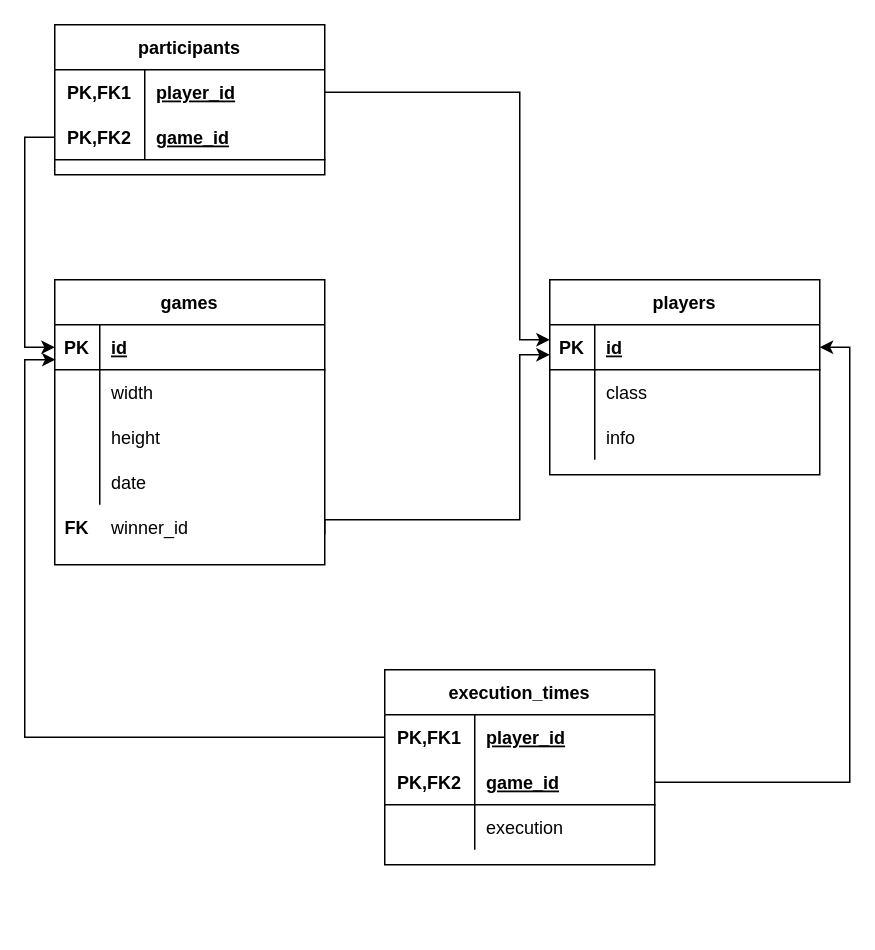
Above: dokumentation/Dokumente/relationales_db_schema.drawio in jonashellmann/informaticup21-team-chillow (draw.io), before the change. Source tidied: cells renumbered, new cells numbered last; positions are measured from the earlier drawing's top-left corner, leaving out a move shared by most shapes. Both pictures are drawn from the tidied source at 150%, with x=0, y=0 at pixel (54, 24).
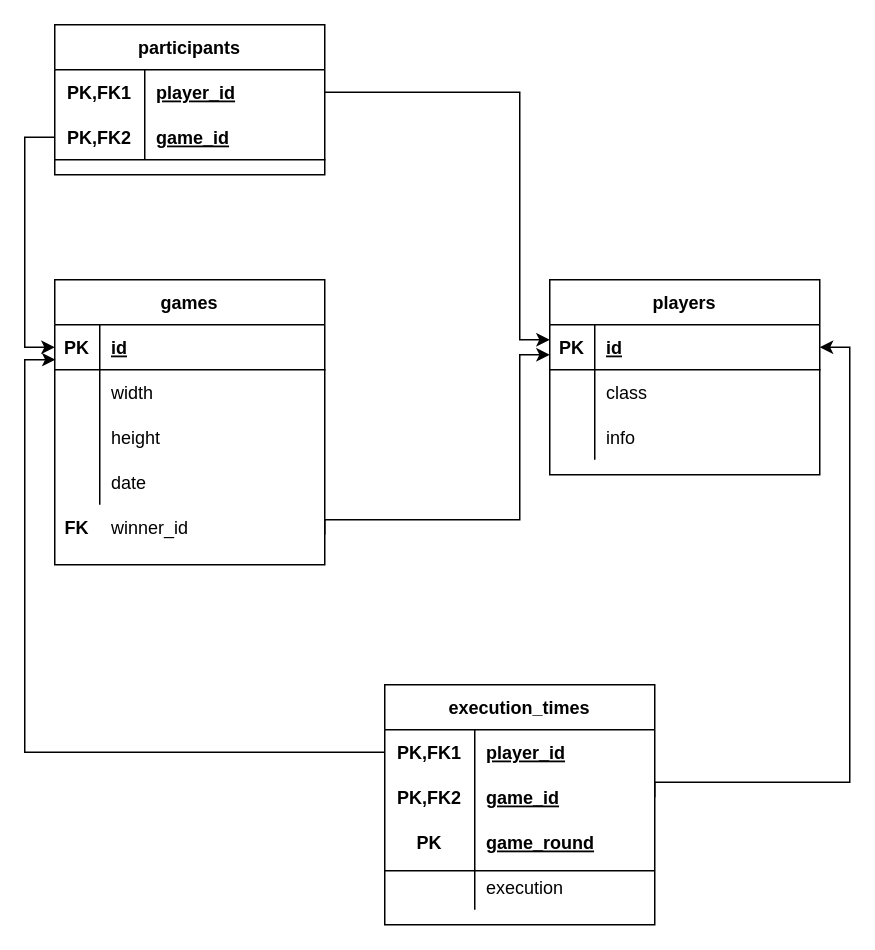
After the change.

Commit message (it also covers changes not shown here):
Weiteren Primaerschluessel in relationalem Modell in executions-Tabelle ergaezen

What changed in the source:
```diff
@@
     <mxCell id="28" value="execution_times" style="shape=table;startSize=30;childLayout=tableLayout;rowLines=0;fontStyle=1;align=center;" parent="1" vertex="1">
-      <mxGeometry x="220" y="430" width="180" height="130" as="geometry" />
+      <mxGeometry x="220" y="440" width="180" height="160" as="geometry" />
     </mxCell>
@@
-    <mxCell id="32" style="shape=partialRectangle;fillColor=none;top=0;left=0;bottom=1;right=0;points=[[0,0.5],[1,0.5]];portConstraint=eastwest;" parent="28" vertex="1">
+    <mxCell id="32" style="shape=partialRectangle;fillColor=none;top=0;left=0;bottom=1;right=0;points=[[0,0.5],[1,0.5]];portConstraint=eastwest;strokeColor=none;" parent="28" vertex="1">
       <mxGeometry y="60" width="180" height="30" as="geometry" />
     </mxCell>
@@
+    <mxCell id="49" style="shape=partialRectangle;fillColor=none;top=0;left=0;bottom=0;right=0;" parent="28" vertex="1">
+      <mxGeometry y="90" width="180" height="30" as="geometry" />
+    </mxCell>
+    <mxCell id="50" value="PK" style="shape=partialRectangle;fillColor=none;top=0;left=0;bottom=0;right=0;fontStyle=1;overflow=hidden;" parent="49" vertex="1">
+      <mxGeometry width="60" height="30" as="geometry" />
+    </mxCell>
+    <mxCell id="51" value="game_round" style="shape=partialRectangle;fillColor=none;top=0;left=0;bottom=0;right=0;align=left;spacingLeft=6;fontStyle=5;overflow=hidden;" parent="49" vertex="1">
+      <mxGeometry x="60" width="120" height="30" as="geometry" />
+    </mxCell>
     <mxCell id="35" style="shape=partialRectangle;fillColor=none;top=0;left=0;bottom=0;right=0;" parent="28" vertex="1">
-      <mxGeometry y="90" width="180" height="30" as="geometry" />
+      <mxGeometry y="120" width="180" height="30" as="geometry" />
     </mxCell>
@@
+    <mxCell id="52" style="line;strokeWidth=1;fillColor=none;align=left;verticalAlign=middle;spacingTop=-1;spacingLeft=3;spacingRight=3;labelPosition=right;" parent="1" vertex="1">
+      <mxGeometry x="220" y="560" width="180" height="8" as="geometry" />
+    </mxCell>
```
